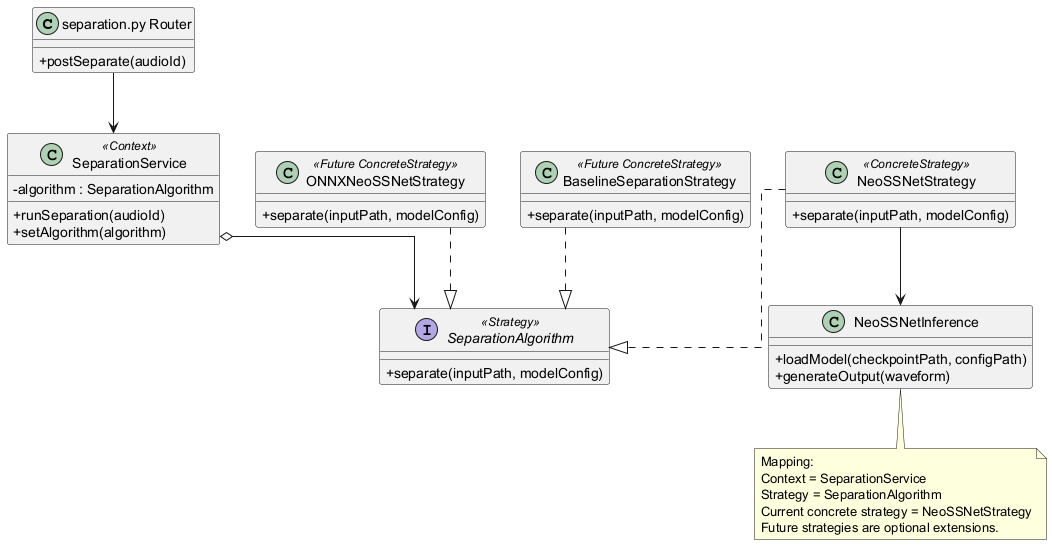
Before: docs/software_design_report/diagrams/img/strategy_project.png, a diagram exported from PlantUML (ASHRAF-2004/Machine-Learning-Based-System-for-Cardiopulmonary-Sound-Separation). Source of this version:
```plantuml
@startuml

skinparam classAttributeIconSize 0
skinparam shadowing false
skinparam linetype ortho

class "separation.py Router" as SeparationRouter {
  +postSeparate(audioId)
}

class SeparationService <<Context>> {
  -algorithm : SeparationAlgorithm
  +runSeparation(audioId)
  +setAlgorithm(algorithm)
}

interface SeparationAlgorithm <<Strategy>> {
  +separate(inputPath, modelConfig)
}

class NeoSSNetStrategy <<ConcreteStrategy>> {
  +separate(inputPath, modelConfig)
}

class ONNXNeoSSNetStrategy <<Future ConcreteStrategy>> {
  +separate(inputPath, modelConfig)
}

class BaselineSeparationStrategy <<Future ConcreteStrategy>> {
  +separate(inputPath, modelConfig)
}

class NeoSSNetInference {
  +loadModel(checkpointPath, configPath)
  +generateOutput(waveform)
}

SeparationRouter --> SeparationService
SeparationService o--> SeparationAlgorithm
NeoSSNetStrategy ..|> SeparationAlgorithm
ONNXNeoSSNetStrategy ..|> SeparationAlgorithm
BaselineSeparationStrategy ..|> SeparationAlgorithm
NeoSSNetStrategy --> NeoSSNetInference

note bottom
  Mapping:
  Context = SeparationService
  Strategy = SeparationAlgorithm
  Current concrete strategy = NeoSSNetStrategy
  Future strategies are optional extensions.
end note

@enduml
```
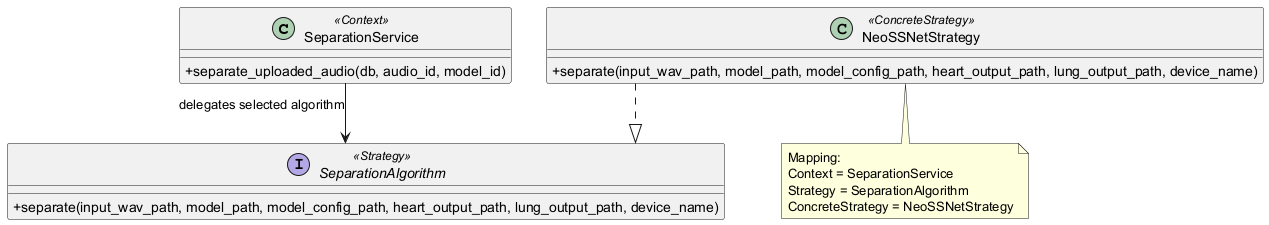
Above is the later version.

What changed in the source:
```diff
@@ -4,50 +4,26 @@
 skinparam shadowing false
 skinparam linetype ortho
 
-class "separation.py Router" as SeparationRouter {
-  +postSeparate(audioId)
-}
-
-class SeparationService <<Context>> {
-  -algorithm : SeparationAlgorithm
-  +runSeparation(audioId)
-  +setAlgorithm(algorithm)
+class "SeparationService" as SeparationService <<Context>> {
+  +separate_uploaded_audio(db, audio_id, model_id)
 }
 
 interface SeparationAlgorithm <<Strategy>> {
-  +separate(inputPath, modelConfig)
+  +separate(input_wav_path, model_path, model_config_path, heart_output_path, lung_output_path, device_name)
 }
 
 class NeoSSNetStrategy <<ConcreteStrategy>> {
-  +separate(inputPath, modelConfig)
+  +separate(input_wav_path, model_path, model_config_path, heart_output_path, lung_output_path, device_name)
 }
 
-class ONNXNeoSSNetStrategy <<Future ConcreteStrategy>> {
-  +separate(inputPath, modelConfig)
-}
-
-class BaselineSeparationStrategy <<Future ConcreteStrategy>> {
-  +separate(inputPath, modelConfig)
-}
-
-class NeoSSNetInference {
-  +loadModel(checkpointPath, configPath)
-  +generateOutput(waveform)
-}
-
-SeparationRouter --> SeparationService
-SeparationService o--> SeparationAlgorithm
+SeparationService --> SeparationAlgorithm : delegates selected algorithm
 NeoSSNetStrategy ..|> SeparationAlgorithm
-ONNXNeoSSNetStrategy ..|> SeparationAlgorithm
-BaselineSeparationStrategy ..|> SeparationAlgorithm
-NeoSSNetStrategy --> NeoSSNetInference
 
 note bottom
   Mapping:
   Context = SeparationService
   Strategy = SeparationAlgorithm
-  Current concrete strategy = NeoSSNetStrategy
-  Future strategies are optional extensions.
+  ConcreteStrategy = NeoSSNetStrategy
 end note
 
 @enduml
```
